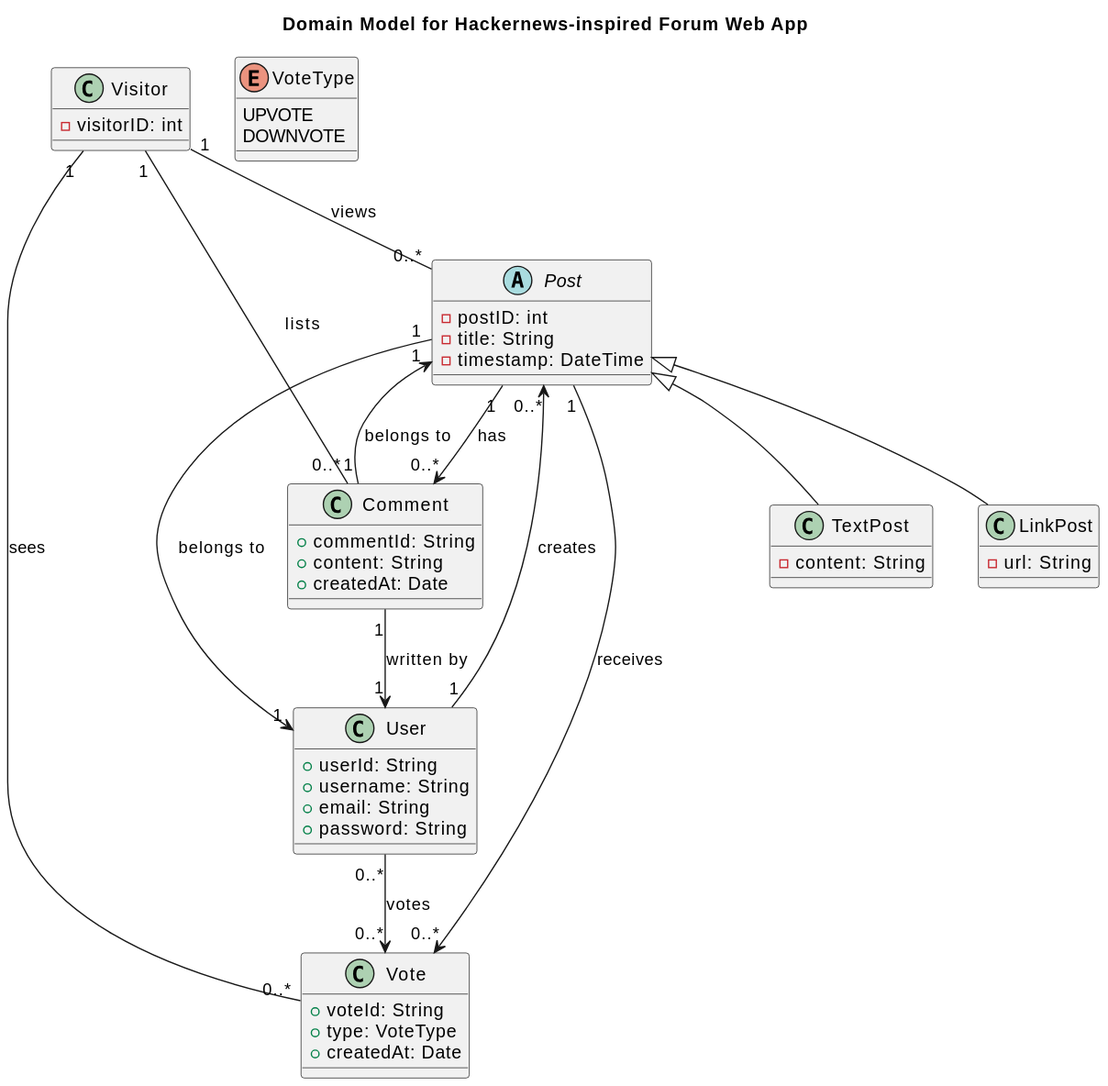
Above: docs/sprint01/global-artifacts/00.architecture/svg/domain-model.svg in TiagoMagalhaes1232507/Testando-projeto (PlantUML), before the change.
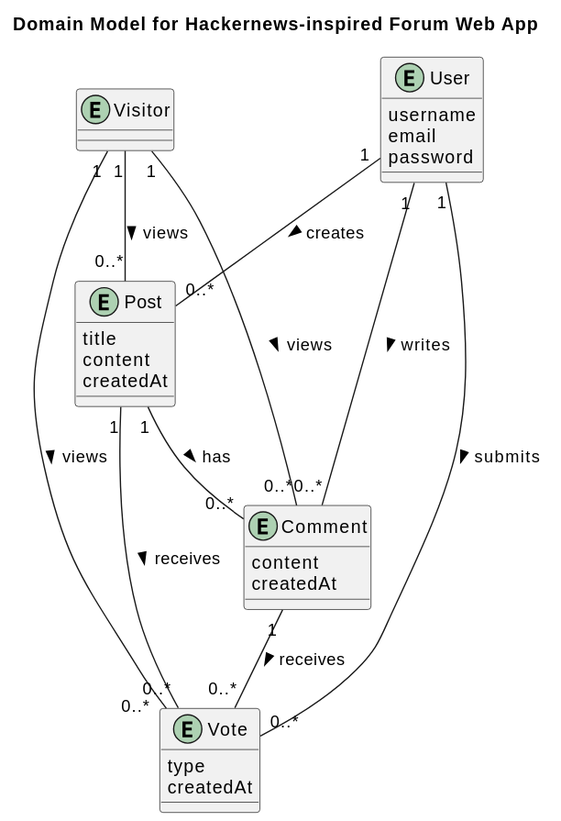
Above is the later version.

Diff of the diagram source:
```diff
@@ -1,58 +1,38 @@
 @startuml
 title Domain Model for Hackernews-inspired Forum Web App
 
-class Visitor {
-  - visitorID: int
+entity User {
+  username
+  email
+  password
 }
 
-class User {
-    +userId: String
-    +username: String
-    +email: String
-    +password: String
+entity Post {
+  title
+  content
+  createdAt
 }
 
-abstract class Post {
-  - postID: int
-  - title: String
-  - timestamp: DateTime
+entity Comment {
+  content
+  createdAt
 }
 
-class TextPost {
-  - content: String
+entity Vote {
+  type
+  createdAt
 }
 
-class LinkPost {
-  - url: String
+entity Visitor {
 }
 
-class Comment {
-    +commentId: String
-    +content: String
-    +createdAt: Date
-}
-
-class Vote {
-    +voteId: String
-    +type: VoteType
-    +createdAt: Date
-}
-
-enum VoteType {
-    UPVOTE
-    DOWNVOTE
-}
-
-User "1" --> "0..*" Post : creates
-Visitor "1" -- "0..*" Post : views
-Visitor "1" -- "0..*" Comment : lists
-Visitor "1" -- "0..*" Vote : sees
-Post "1" --> "1" User : belongs to
-Post "1" --> "0..*" Comment : has
-Comment "1" --> "1" Post : belongs to
-Comment "1" --> "1" User : written by
-User "0..*" --> "0..*" Vote : votes
-Post "1" --> "0..*" Vote : receives
-Post <|-- TextPost
-Post <|-- LinkPost
+Visitor "1" -- "0..*" Comment : views >
+Visitor "1" -- "0..*" Post : views >
+Visitor "1" -- "0..*" Vote : views >
+User "1" -- "0..*" Post : creates >
+User "1" -- "0..*" Comment : writes >
+User "1" -- "0..*" Vote : submits >
+Post "1" -- "0..*" Comment : has >
+Post "1" -- "0..*" Vote : receives >
+Comment "1" -- "0..*" Vote : receives >
 @enduml
```
